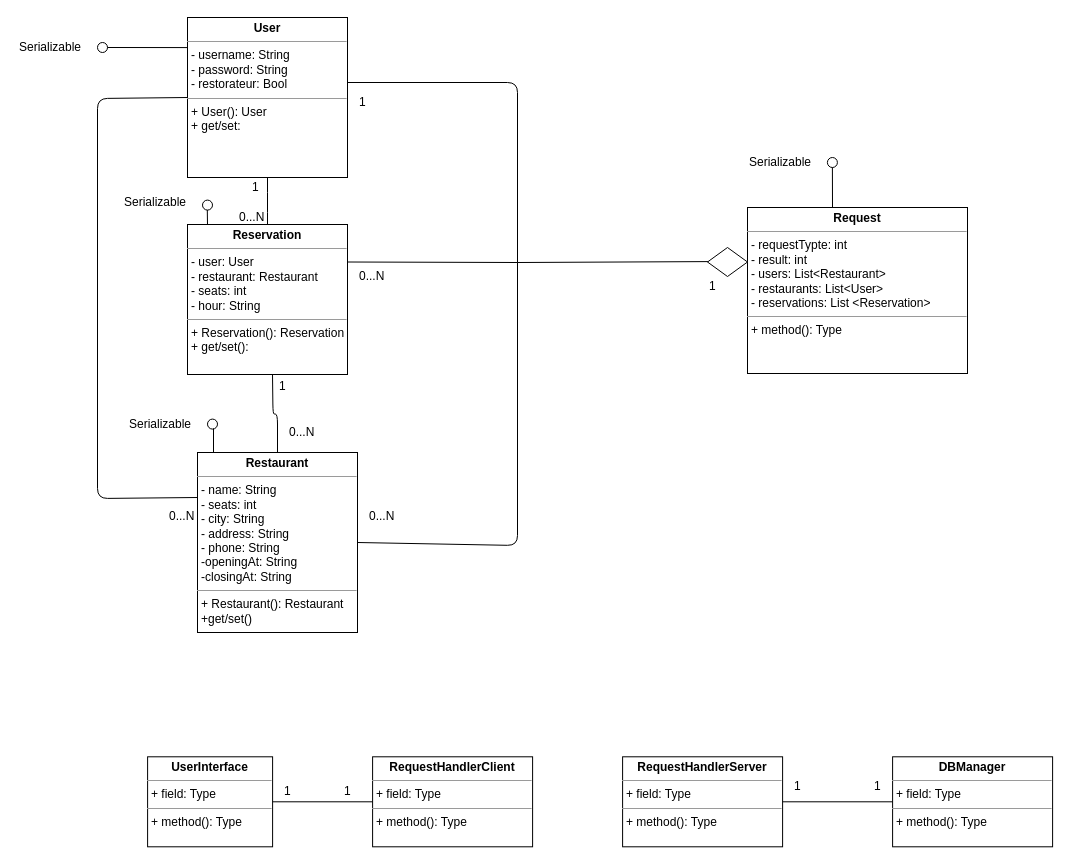
Earlier version of the draw.io diagram schemes/CLASS_DIAGRAM.drawio (SpeedJack/lsmsd0). Source tidied: cells renumbered, new cells numbered last; positions are measured from the earlier drawing's top-left corner, leaving out a move shared by most shapes. Both pictures are drawn from the tidied source at 100%, with x=0, y=0 at pixel (17, 17).
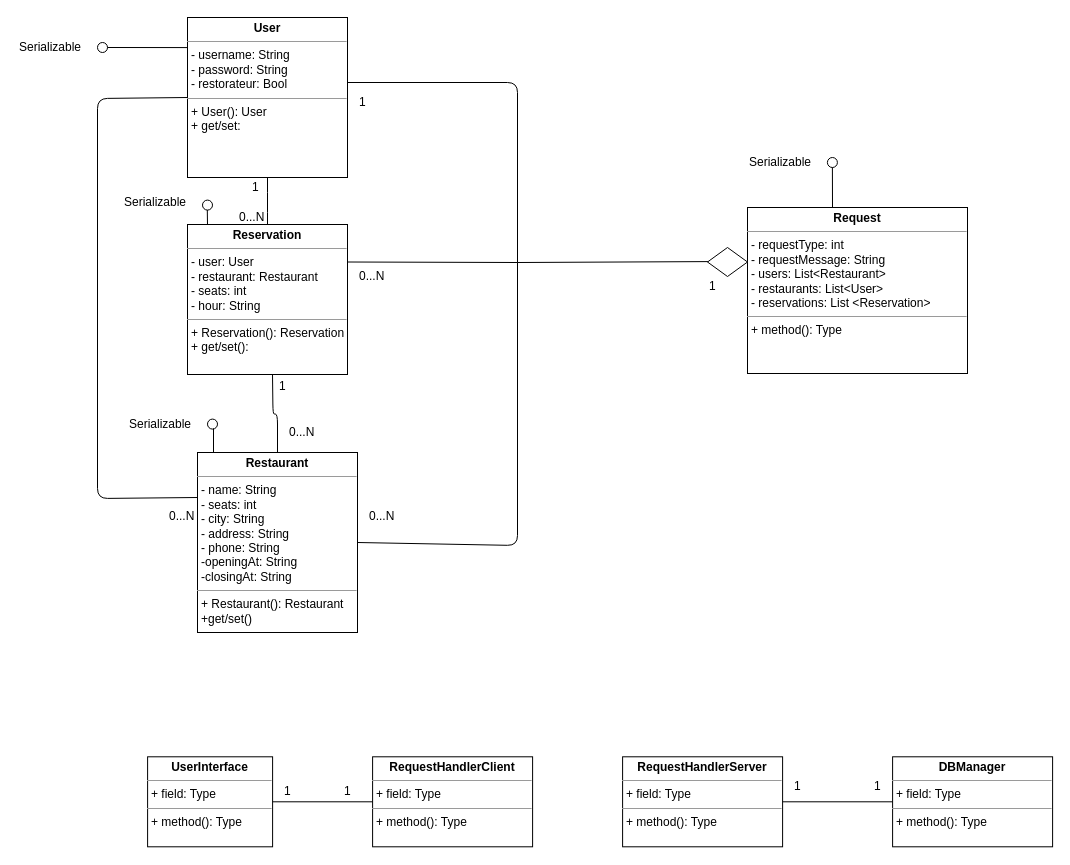
After the change.

Change to the diagram source:
```diff
@@
-    <mxCell id="8" value="&lt;p style=&quot;margin: 0px ; margin-top: 4px ; text-align: center&quot;&gt;&lt;b&gt;Request&lt;/b&gt;&lt;/p&gt;&lt;hr size=&quot;1&quot;&gt;&lt;p style=&quot;margin: 0px ; margin-left: 4px&quot;&gt;- requestTypte: int&lt;/p&gt;&lt;p style=&quot;margin: 0px ; margin-left: 4px&quot;&gt;- result: int&amp;nbsp;&lt;/p&gt;&lt;p style=&quot;margin: 0px ; margin-left: 4px&quot;&gt;- users: List&amp;lt;Restaurant&amp;gt;&lt;/p&gt;&lt;p style=&quot;margin: 0px ; margin-left: 4px&quot;&gt;- restaurants: List&amp;lt;User&amp;gt;&lt;/p&gt;&lt;p style=&quot;margin: 0px ; margin-left: 4px&quot;&gt;- reservations: List &amp;lt;Reservation&amp;gt;&lt;/p&gt;&lt;hr size=&quot;1&quot;&gt;&lt;p style=&quot;margin: 0px ; margin-left: 4px&quot;&gt;+ method(): Type&lt;/p&gt;" style="verticalAlign=top;align=left;overflow=fill;fontSize=12;fontFamily=Helvetica;html=1;" parent="1" vertex="1">
+    <mxCell id="8" value="&lt;p style=&quot;margin: 0px ; margin-top: 4px ; text-align: center&quot;&gt;&lt;b&gt;Request&lt;/b&gt;&lt;/p&gt;&lt;hr size=&quot;1&quot;&gt;&lt;p style=&quot;margin: 0px ; margin-left: 4px&quot;&gt;- requestType: int&lt;/p&gt;&lt;p style=&quot;margin: 0px ; margin-left: 4px&quot;&gt;- requestMessage: String&lt;/p&gt;&lt;p style=&quot;margin: 0px ; margin-left: 4px&quot;&gt;- users: List&amp;lt;Restaurant&amp;gt;&lt;/p&gt;&lt;p style=&quot;margin: 0px ; margin-left: 4px&quot;&gt;- restaurants: List&amp;lt;User&amp;gt;&lt;/p&gt;&lt;p style=&quot;margin: 0px ; margin-left: 4px&quot;&gt;- reservations: List &amp;lt;Reservation&amp;gt;&lt;/p&gt;&lt;hr size=&quot;1&quot;&gt;&lt;p style=&quot;margin: 0px ; margin-left: 4px&quot;&gt;+ method(): Type&lt;/p&gt;" style="verticalAlign=top;align=left;overflow=fill;fontSize=12;fontFamily=Helvetica;html=1;" parent="1" vertex="1">
       <mxGeometry x="730" y="190" width="220" height="166" as="geometry" />
     </mxCell>
```
